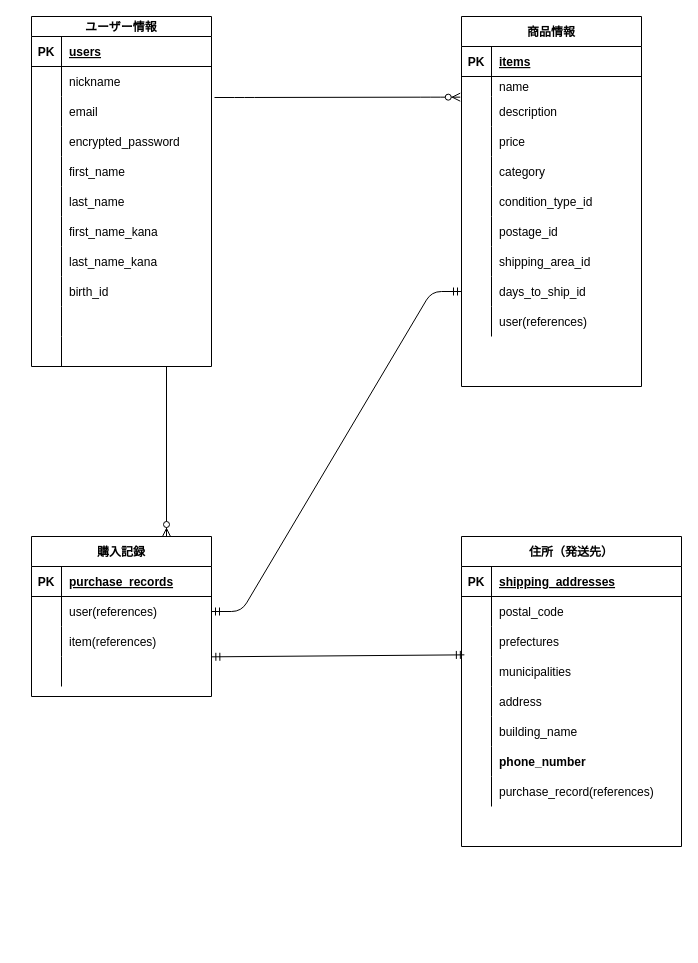
The draw.io diagram furima.dio in MiyaMasaomi/furima-33923, before the edit. Source tidied: cells renumbered, new cells numbered last; positions are measured from the earlier drawing's top-left corner, leaving out a move shared by most shapes. Both pictures are drawn from the tidied source at 100%, with x=0, y=0 at pixel (31, 16).
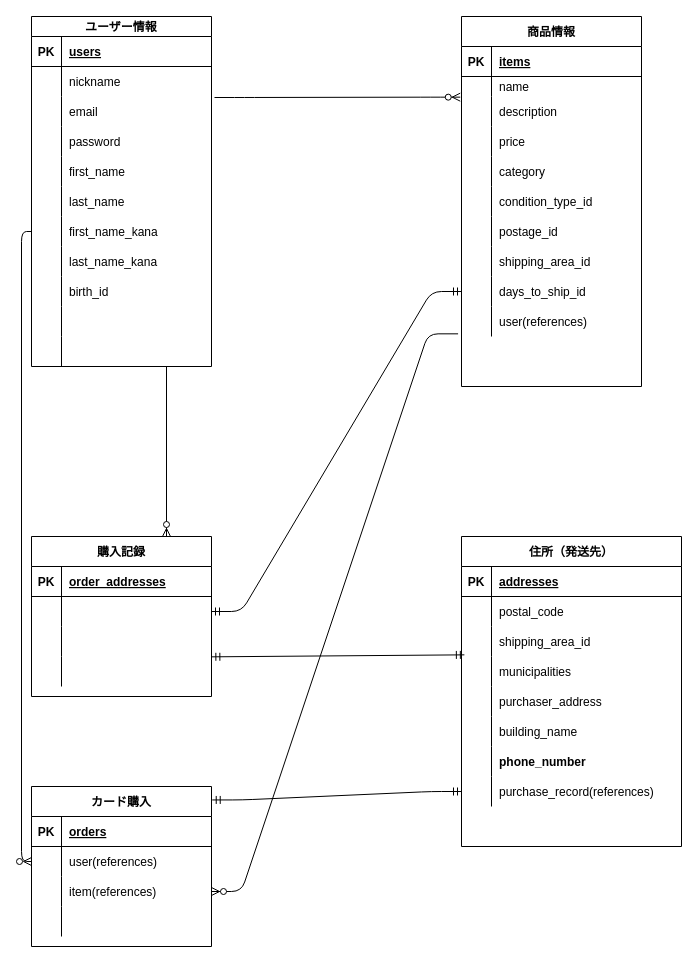
Above is the later version.

Unchanged cells that the change refers to:
```xml
<mxCell id="12" style="shape=partialRectangle;fillColor=none;top=0;left=0;bottom=0;right=0;" parent="2" vertex="1">
  <mxGeometry y="110" width="180" height="30" as="geometry" />
</mxCell>
<mxCell id="21" style="shape=partialRectangle;fillColor=none;top=0;left=0;bottom=0;right=0;points=[[0,0.5],[1,0.5]];portConstraint=eastwest;" parent="2" vertex="1">
  <mxGeometry y="200" width="180" height="30" as="geometry" />
</mxCell>
<mxCell id="64" style="shape=partialRectangle;fillColor=none;top=0;left=0;bottom=0;right=0;points=[[0,0.5],[1,0.5]];portConstraint=eastwest;" parent="36" vertex="1">
  <mxGeometry y="290" width="180" height="30" as="geometry" />
</mxCell>
<mxCell id="68" style="shape=partialRectangle;fillColor=none;top=0;left=0;bottom=1;right=0;" parent="67" vertex="1">
  <mxGeometry y="30" width="180" height="30" as="geometry" />
</mxCell>
<mxCell id="71" style="shape=partialRectangle;fillColor=none;top=0;left=0;bottom=0;right=0;points=[[0,0.5],[1,0.5]];portConstraint=eastwest;" parent="67" vertex="1">
  <mxGeometry y="60" width="180" height="30" as="geometry" />
</mxCell>
<mxCell id="74" style="shape=partialRectangle;fillColor=none;top=0;left=0;bottom=0;right=0;" parent="67" vertex="1">
  <mxGeometry y="90" width="180" height="30" as="geometry" />
</mxCell>
<mxCell id="81" style="shape=partialRectangle;fillColor=none;top=0;left=0;bottom=1;right=0;" parent="80" vertex="1">
  <mxGeometry y="30" width="220" height="30" as="geometry" />
</mxCell>
<mxCell id="87" style="shape=partialRectangle;fillColor=none;top=0;left=0;bottom=0;right=0;" parent="80" vertex="1">
  <mxGeometry y="90" width="220" height="30" as="geometry" />
</mxCell>
<mxCell id="93" style="shape=partialRectangle;fillColor=none;top=0;left=0;bottom=0;right=0;" parent="80" vertex="1">
  <mxGeometry y="150" width="220" height="30" as="geometry" />
</mxCell>
<mxCell id="102" style="shape=partialRectangle;fillColor=none;top=0;left=0;bottom=0;right=0;points=[[0,0.5],[1,0.5]];portConstraint=eastwest;" parent="80" vertex="1">
  <mxGeometry y="240" width="220" height="30" as="geometry" />
</mxCell>
```

Diff of the diagram source:
```diff
@@
-    <mxCell id="14" value="encrypted_password" style="shape=partialRectangle;fillColor=none;top=0;left=0;bottom=0;right=0;align=left;spacingLeft=6;overflow=hidden;" parent="12" vertex="1">
+    <mxCell id="14" value="password" style="shape=partialRectangle;fillColor=none;top=0;left=0;bottom=0;right=0;align=left;spacingLeft=6;overflow=hidden;" parent="12" vertex="1">
       <mxGeometry x="30" width="150" height="30" as="geometry" />
     </mxCell>
@@
-    <mxCell id="70" value="purchase_records" style="shape=partialRectangle;fillColor=none;top=0;left=0;bottom=0;right=0;align=left;spacingLeft=6;fontStyle=5;overflow=hidden;" parent="68" vertex="1">
+    <mxCell id="70" value="order_addresses" style="shape=partialRectangle;fillColor=none;top=0;left=0;bottom=0;right=0;align=left;spacingLeft=6;fontStyle=5;overflow=hidden;" parent="68" vertex="1">
       <mxGeometry x="30" width="150" height="30" as="geometry" />
     </mxCell>
@@
-    <mxCell id="73" value="user(references)" style="shape=partialRectangle;fillColor=none;top=0;left=0;bottom=0;right=0;align=left;spacingLeft=6;overflow=hidden;" parent="71" vertex="1">
+    <mxCell id="73" style="shape=partialRectangle;fillColor=none;top=0;left=0;bottom=0;right=0;align=left;spacingLeft=6;overflow=hidden;" parent="71" vertex="1">
       <mxGeometry x="30" width="150" height="30" as="geometry" />
     </mxCell>
@@
-    <mxCell id="76" value="item(references)" style="shape=partialRectangle;fillColor=none;top=0;left=0;bottom=0;right=0;align=left;spacingLeft=6;overflow=hidden;" parent="74" vertex="1">
+    <mxCell id="76" style="shape=partialRectangle;fillColor=none;top=0;left=0;bottom=0;right=0;align=left;spacingLeft=6;overflow=hidden;" parent="74" vertex="1">
       <mxGeometry x="30" width="150" height="30" as="geometry" />
     </mxCell>
@@
-    <mxCell id="83" value="shipping_addresses" style="shape=partialRectangle;fillColor=none;top=0;left=0;bottom=0;right=0;align=left;spacingLeft=6;fontStyle=5;overflow=hidden;" parent="81" vertex="1">
+    <mxCell id="83" value="addresses" style="shape=partialRectangle;fillColor=none;top=0;left=0;bottom=0;right=0;align=left;spacingLeft=6;fontStyle=5;overflow=hidden;" parent="81" vertex="1">
       <mxGeometry x="30" width="190" height="30" as="geometry" />
     </mxCell>
@@
-    <mxCell id="89" value="prefectures" style="shape=partialRectangle;fillColor=none;top=0;left=0;bottom=0;right=0;align=left;spacingLeft=6;overflow=hidden;" parent="87" vertex="1">
+    <mxCell id="89" value="shipping_area_id" style="shape=partialRectangle;fillColor=none;top=0;left=0;bottom=0;right=0;align=left;spacingLeft=6;overflow=hidden;" parent="87" vertex="1">
       <mxGeometry x="30" width="190" height="30" as="geometry" />
     </mxCell>
@@
-    <mxCell id="95" value="address" style="shape=partialRectangle;fillColor=none;top=0;left=0;bottom=0;right=0;align=left;spacingLeft=6;overflow=hidden;" parent="93" vertex="1">
+    <mxCell id="95" value="purchaser_address" style="shape=partialRectangle;fillColor=none;top=0;left=0;bottom=0;right=0;align=left;spacingLeft=6;overflow=hidden;" parent="93" vertex="1">
       <mxGeometry x="30" width="190" height="30" as="geometry" />
     </mxCell>
@@
+    <mxCell id="109" value="カード購入" style="shape=table;startSize=30;childLayout=tableLayout;rowLines=0;fontStyle=1;align=center;" parent="1" vertex="1">
+      <mxGeometry y="770" width="180" height="160" as="geometry" />
+    </mxCell>
+    <mxCell id="110" style="shape=partialRectangle;fillColor=none;top=0;left=0;bottom=1;right=0;" parent="109" vertex="1">
+      <mxGeometry y="30" width="180" height="30" as="geometry" />
+    </mxCell>
+    <mxCell id="111" value="PK" style="shape=partialRectangle;fillColor=none;top=0;left=0;bottom=0;right=0;fontStyle=1;overflow=hidden;" parent="110" vertex="1">
+      <mxGeometry width="30" height="30" as="geometry" />
+    </mxCell>
+    <mxCell id="112" value="orders" style="shape=partialRectangle;fillColor=none;top=0;left=0;bottom=0;right=0;align=left;spacingLeft=6;fontStyle=5;overflow=hidden;" parent="110" vertex="1">
+      <mxGeometry x="30" width="150" height="30" as="geometry" />
+    </mxCell>
+    <mxCell id="113" style="shape=partialRectangle;fillColor=none;top=0;left=0;bottom=0;right=0;points=[[0,0.5],[1,0.5]];portConstraint=eastwest;" parent="109" vertex="1">
+      <mxGeometry y="60" width="180" height="30" as="geometry" />
+    </mxCell>
+    <mxCell id="114" style="shape=partialRectangle;fillColor=none;top=0;left=0;bottom=0;right=0;overflow=hidden;" parent="113" vertex="1">
+      <mxGeometry width="30" height="30" as="geometry" />
+    </mxCell>
+    <mxCell id="115" value="user(references)" style="shape=partialRectangle;fillColor=none;top=0;left=0;bottom=0;right=0;align=left;spacingLeft=6;overflow=hidden;" parent="113" vertex="1">
+      <mxGeometry x="30" width="150" height="30" as="geometry" />
+    </mxCell>
+    <mxCell id="116" style="shape=partialRectangle;fillColor=none;top=0;left=0;bottom=0;right=0;points=[[0,0.5],[1,0.5]];portConstraint=eastwest;" parent="109" vertex="1">
+      <mxGeometry y="90" width="180" height="30" as="geometry" />
+    </mxCell>
+    <mxCell id="117" style="shape=partialRectangle;fillColor=none;top=0;left=0;bottom=0;right=0;overflow=hidden;" parent="116" vertex="1">
+      <mxGeometry width="30" height="30" as="geometry" />
+    </mxCell>
+    <mxCell id="118" value="item(references)" style="shape=partialRectangle;fillColor=none;top=0;left=0;bottom=0;right=0;align=left;spacingLeft=6;overflow=hidden;" parent="116" vertex="1">
+      <mxGeometry x="30" width="150" height="30" as="geometry" />
+    </mxCell>
+    <mxCell id="119" style="shape=partialRectangle;fillColor=none;top=0;left=0;bottom=0;right=0;" parent="109" vertex="1">
+      <mxGeometry y="120" width="180" height="30" as="geometry" />
+    </mxCell>
+    <mxCell id="120" style="shape=partialRectangle;fillColor=none;top=0;left=0;bottom=0;right=0;overflow=hidden;" parent="119" vertex="1">
+      <mxGeometry width="30" height="30" as="geometry" />
+    </mxCell>
+    <mxCell id="121" style="shape=partialRectangle;fillColor=none;top=0;left=0;bottom=0;right=0;align=left;spacingLeft=6;overflow=hidden;" parent="119" vertex="1">
+      <mxGeometry x="30" width="150" height="30" as="geometry" />
+    </mxCell>
+    <mxCell id="122" style="edgeStyle=entityRelationEdgeStyle;fontSize=12;html=1;endArrow=ERmandOne;startArrow=ERmandOne;exitX=1.004;exitY=0.084;exitDx=0;exitDy=0;exitPerimeter=0;entryX=0;entryY=0.5;entryDx=0;entryDy=0;" parent="1" edge="1" source="109" target="102">
+      <mxGeometry relative="1" as="geometry" />
+    </mxCell>
+    <mxCell id="123" style="fontSize=12;html=1;endArrow=ERzeroToMany;endFill=1;edgeStyle=orthogonalEdgeStyle;exitX=0;exitY=0.5;exitDx=0;exitDy=0;entryX=0;entryY=0.5;entryDx=0;entryDy=0;" parent="1" edge="1" source="21" target="113">
+      <mxGeometry relative="1" as="geometry" />
+    </mxCell>
+    <mxCell id="124" style="edgeStyle=entityRelationEdgeStyle;fontSize=12;html=1;endArrow=ERzeroToMany;endFill=1;entryX=1;entryY=0.5;entryDx=0;entryDy=0;exitX=-0.019;exitY=0.911;exitDx=0;exitDy=0;exitPerimeter=0;" parent="1" edge="1" source="64" target="116">
+      <mxGeometry relative="1" as="geometry" />
+    </mxCell>
```
